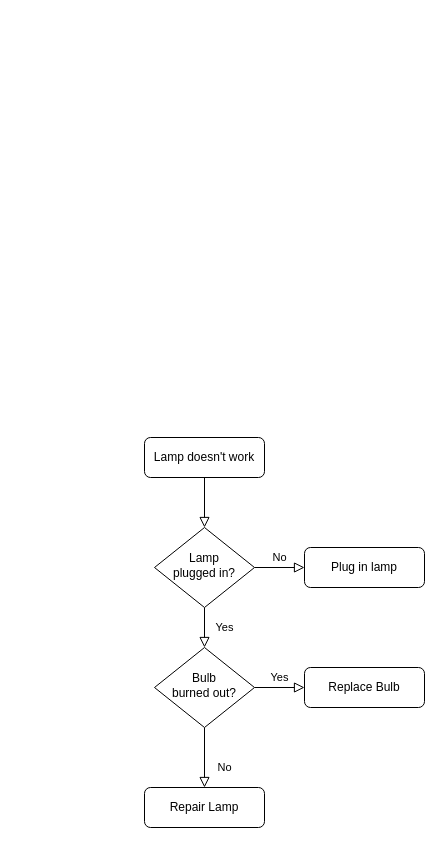
Above: Diagramme sans nom.drawio in Yemenosaurus/onmangequoi_frontend (draw.io), before the change. Source tidied: cells renumbered, new cells numbered last; positions are measured from the earlier drawing's top-left corner, leaving out a move shared by most shapes. Both pictures are drawn from the tidied source at 100%, with x=0, y=0 at pixel (144, 437).
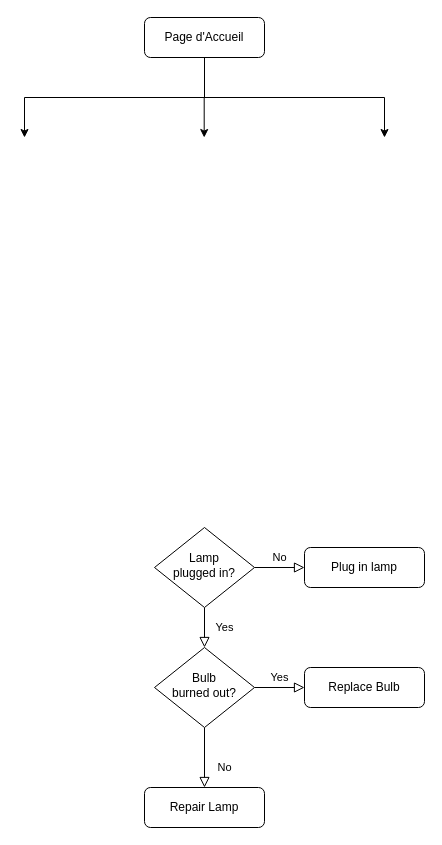
The same page after the edit.

Unchanged cells that the change refers to:
```xml
<mxCell id="6" value="Lamp&lt;br&gt;plugged in?" style="rhombus;whiteSpace=wrap;html=1;shadow=0;fontFamily=Helvetica;fontSize=12;align=center;strokeWidth=1;spacing=6;spacingTop=-4;" parent="1" vertex="1">
  <mxGeometry x="10" y="90" width="100" height="80" as="geometry" />
</mxCell>
```

What changed in the source:
```diff
@@
-    <mxCell id="2" style="rounded=0;html=1;jettySize=auto;fontSize=11;endArrow=block;endFill=0;endSize=8;strokeWidth=1;shadow=0;labelBackgroundColor=none;edgeStyle=orthogonalEdgeStyle;" parent="1" edge="1" source="3" target="6">
-      <mxGeometry relative="1" as="geometry" />
-    </mxCell>
-    <mxCell id="3" value="Lamp doesn't work" style="rounded=1;whiteSpace=wrap;html=1;fontSize=12;glass=0;strokeWidth=1;shadow=0;" parent="1" vertex="1">
-      <mxGeometry width="120" height="40" as="geometry" />
+    <mxCell id="3" value="Page d'Accueil" style="rounded=1;whiteSpace=wrap;html=1;fontSize=12;glass=0;strokeWidth=1;shadow=0;" parent="1" vertex="1">
+      <mxGeometry y="-420" width="120" height="40" as="geometry" />
     </mxCell>
@@
+    <mxCell id="13" style="endArrow=none;html=1;rounded=0;entryX=0.5;entryY=1;entryDx=0;entryDy=0;" parent="1" edge="1" target="3">
+      <mxGeometry relative="1" as="geometry">
+        <mxPoint x="60" y="-340" as="sourcePoint" />
+      </mxGeometry>
+    </mxCell>
+    <mxCell id="14" style="endArrow=none;html=1;rounded=0;" parent="1" edge="1">
+      <mxGeometry relative="1" as="geometry">
+        <mxPoint x="-120" y="-340" as="sourcePoint" />
+        <mxPoint x="240" y="-340" as="targetPoint" />
+      </mxGeometry>
+    </mxCell>
+    <mxCell id="15" style="endArrow=classic;html=1;rounded=0;" parent="1" edge="1">
+      <mxGeometry relative="1" as="geometry">
+        <mxPoint x="-120" y="-340" as="sourcePoint" />
+        <mxPoint x="-120" y="-300" as="targetPoint" />
+      </mxGeometry>
+    </mxCell>
+    <mxCell id="16" style="endArrow=classic;html=1;rounded=0;" parent="1" edge="1">
+      <mxGeometry relative="1" as="geometry">
+        <mxPoint x="59.7" y="-340" as="sourcePoint" />
+        <mxPoint x="59.7" y="-300" as="targetPoint" />
+      </mxGeometry>
+    </mxCell>
+    <mxCell id="17" style="endArrow=classic;html=1;rounded=0;" parent="1" edge="1">
+      <mxGeometry relative="1" as="geometry">
+        <mxPoint x="240" y="-340" as="sourcePoint" />
+        <mxPoint x="240" y="-300" as="targetPoint" />
+      </mxGeometry>
+    </mxCell>
```
